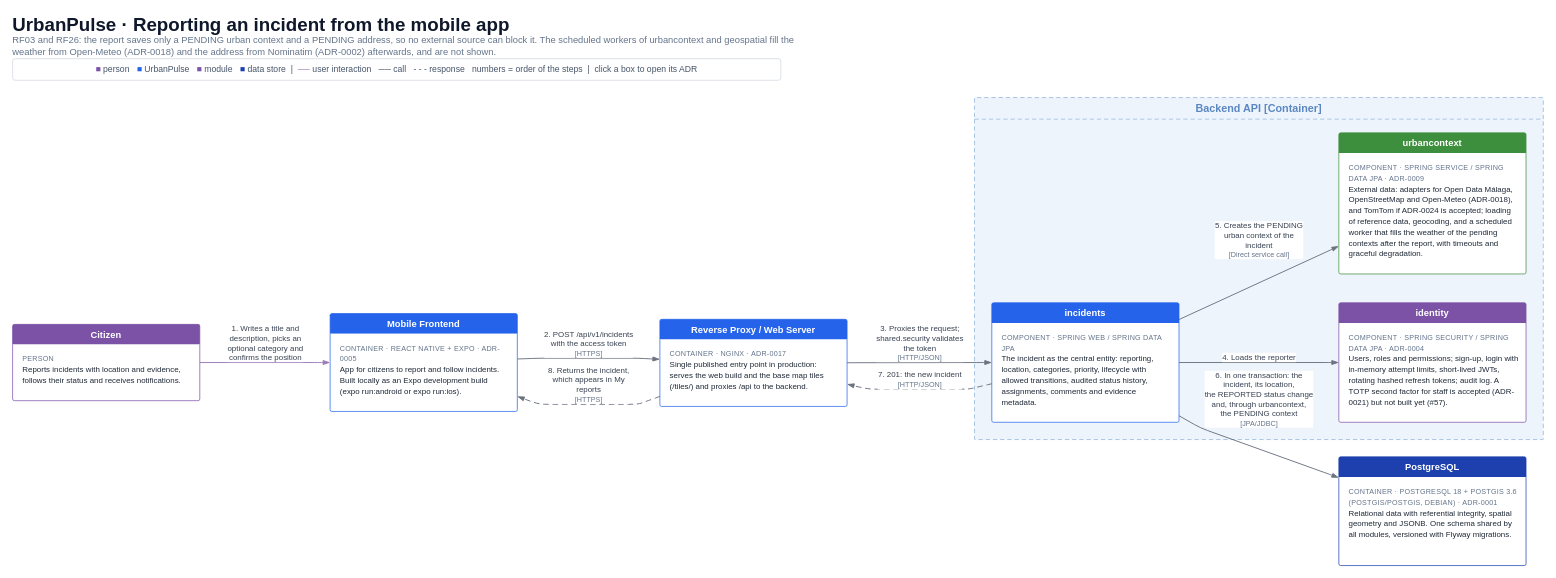
Earlier version of the draw.io diagram page "10 · Reporting an incident from the mobile app" (10 of 10) of docs/architecture/UrbanPulse-C4.drawio (Dalibex/urban-incidence-manager). Source tidied: cells renumbered, new cells numbered last; positions are measured from the earlier drawing's top-left corner, leaving out a move shared by most shapes. Both pictures are drawn from the tidied source at 72%, with x=0, y=0 at pixel (12, 12).
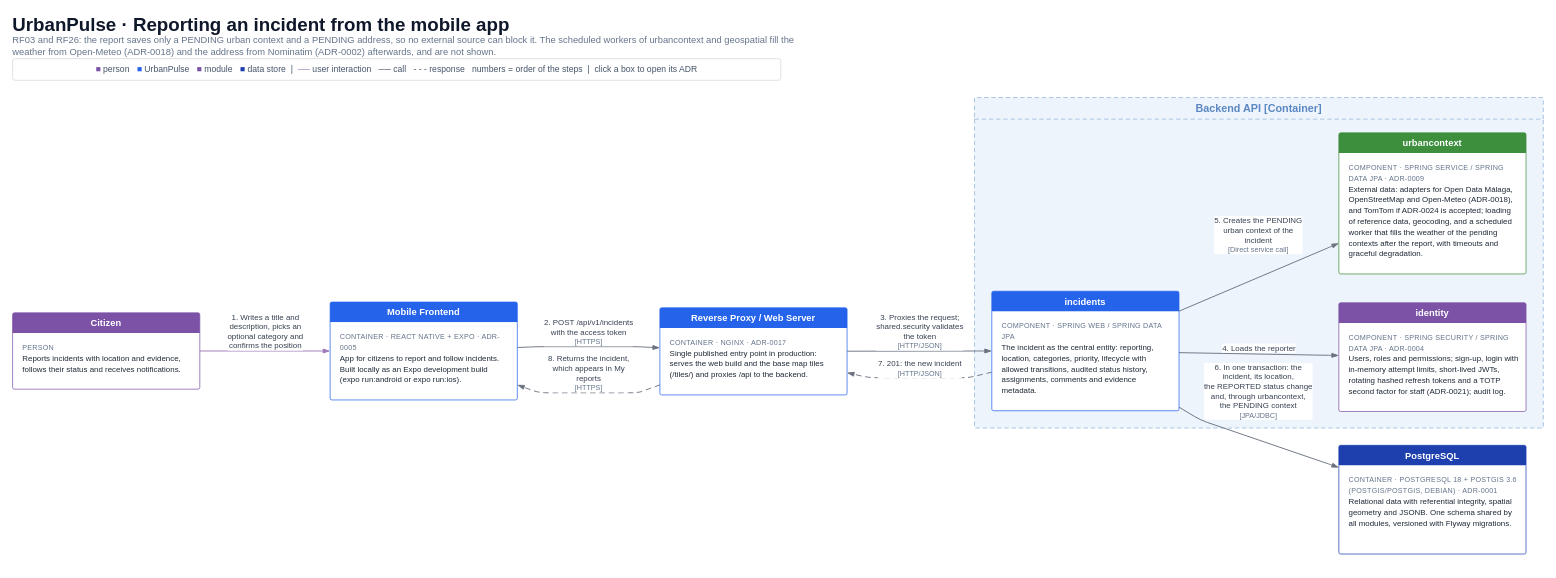
The same diagram, later.

Unchanged cells that the change refers to:
```xml
<mxCell id="22" value="urbancontext" style="swimlane;html=1;whiteSpace=wrap;rounded=1;arcSize=3;startSize=28;fillColor=#3d8f3d;swimlaneFillColor=#FFFFFF;strokeColor=#3d8f3d;fontColor=#ffffff;fontFamily=Helvetica;fontSize=13;fontStyle=1;swimlaneLine=0;" parent="1" vertex="1">
  <mxGeometry x="1842" y="167" width="260" height="196" as="geometry" />
</mxCell>
```

What changed in the source:
```diff
@@
     <mxCell id="5" value="Backend API  [Container]" style="swimlane;html=1;whiteSpace=wrap;rounded=1;arcSize=1;dashed=1;dashPattern=6 4;startSize=30;fillColor=#EDF4FC;swimlaneFillColor=#EDF4FC;strokeColor=#8DB0DB;fontColor=#5B87C2;fontFamily=Helvetica;fontSize=15;fontStyle=1;" parent="1" vertex="1">
-      <mxGeometry x="1336" y="118" width="790" height="475" as="geometry" />
+      <mxGeometry x="1336" y="118" width="790" height="459" as="geometry" />
     </mxCell>
     <mxCell id="6" value="1. Writes a title and&lt;br&gt;description, picks an&lt;br&gt;optional category and&lt;br&gt;confirms the position" style="edgeStyle=none;rounded=1;arcSize=20;html=1;strokeColor=#9C7AB8;strokeWidth=1.3;endArrow=blockThin;endFill=1;endSize=7;fontFamily=Helvetica;fontSize=11;fontColor=#374151;labelBackgroundColor=#FFFFFF;spacing=2;" parent="1" edge="1" source="14" target="16">
       <mxGeometry relative="1" as="geometry">
         <Array as="points">
-          <mxPoint x="429" y="486" />
+          <mxPoint x="429" y="470" />
         </Array>
         <mxPoint y="-27" as="offset" />
       </mxGeometry>
     </mxCell>
     <mxCell id="7" value="2. POST /api/v1/incidents&lt;br&gt;with the access token&lt;br&gt;&lt;font style=&quot;font-size:10px&quot; color=&quot;#64748B&quot;&gt;[HTTPS]&lt;/font&gt;" style="edgeStyle=none;rounded=1;arcSize=20;html=1;strokeColor=#6b7280;strokeWidth=1.3;endArrow=blockThin;endFill=1;endSize=7;fontFamily=Helvetica;fontSize=11;fontColor=#374151;labelBackgroundColor=#FFFFFF;spacing=2;" parent="1" edge="1" source="16" target="26">
       <mxGeometry relative="1" as="geometry">
         <Array as="points">
-          <mxPoint x="731" y="480" />
-          <mxPoint x="869" y="480" />
-          <mxPoint x="887" y="481" />
+          <mxPoint x="731" y="464" />
+          <mxPoint x="869" y="464" />
+          <mxPoint x="887" y="465" />
         </Array>
         <mxPoint y="-20" as="offset" />
       </mxGeometry>
     </mxCell>
     <mxCell id="8" value="3. Proxies the request;&lt;br&gt;shared.security validates&lt;br&gt;the token&lt;br&gt;&lt;font style=&quot;font-size:10px&quot; color=&quot;#64748B&quot;&gt;[HTTP/JSON]&lt;/font&gt;" style="edgeStyle=none;rounded=1;arcSize=20;html=1;strokeColor=#6b7280;strokeWidth=1.3;endArrow=blockThin;endFill=1;endSize=7;fontFamily=Helvetica;fontSize=11;fontColor=#374151;labelBackgroundColor=#FFFFFF;spacing=2;" parent="1" edge="1" source="26" target="20">
       <mxGeometry relative="1" as="geometry">
         <Array as="points">
-          <mxPoint x="1349" y="486" />
+          <mxPoint x="1349" y="470" />
         </Array>
         <mxPoint y="-27" as="offset" />
       </mxGeometry>
     </mxCell>
     <mxCell id="9" value="4. Loads the reporter" style="edgeStyle=none;rounded=1;arcSize=20;html=1;strokeColor=#6b7280;strokeWidth=1.3;endArrow=blockThin;endFill=1;endSize=7;fontFamily=Helvetica;fontSize=11;fontColor=#374151;labelBackgroundColor=#FFFFFF;spacing=2;" parent="1" edge="1" source="20" target="18">
       <mxGeometry relative="1" as="geometry">
         <Array as="points">
-          <mxPoint x="1830" y="486" />
+          <mxPoint x="1830" y="476" />
         </Array>
-        <mxPoint y="-7" as="offset" />
+        <mxPoint y="-8" as="offset" />
       </mxGeometry>
     </mxCell>
     <mxCell id="10" value="5. Creates the PENDING&lt;br&gt;urban context of the&lt;br&gt;incident&lt;br&gt;&lt;font style=&quot;font-size:10px&quot; color=&quot;#64748B&quot;&gt;[Direct service call]&lt;/font&gt;" style="edgeStyle=none;rounded=1;arcSize=20;html=1;strokeColor=#6b7280;strokeWidth=1.3;endArrow=blockThin;endFill=1;endSize=7;fontFamily=Helvetica;fontSize=11;fontColor=#374151;labelBackgroundColor=#FFFFFF;spacing=2;" parent="1" edge="1" source="20" target="22">
       <mxGeometry relative="1" as="geometry">
         <Array as="points">
-          <mxPoint x="1832" y="329" />
+          <mxPoint x="1831" y="325" />
         </Array>
-        <mxPoint y="-59" as="offset" />
+        <mxPoint x="-1" y="-58" as="offset" />
       </mxGeometry>
     </mxCell>
     <mxCell id="11" value="6. In one transaction: the&lt;br&gt;incident, its location,&lt;br&gt;the REPORTED status change&lt;br&gt;and, through urbancontext,&lt;br&gt;the PENDING context&lt;br&gt;&lt;font style=&quot;font-size:10px&quot; color=&quot;#64748B&quot;&gt;[JPA/JDBC]&lt;/font&gt;" style="edgeStyle=none;rounded=1;arcSize=20;html=1;strokeColor=#6b7280;strokeWidth=1.3;endArrow=blockThin;endFill=1;endSize=7;fontFamily=Helvetica;fontSize=11;fontColor=#374151;labelBackgroundColor=#FFFFFF;spacing=2;" parent="1" edge="1" source="20" target="24">
       <mxGeometry relative="1" as="geometry">
         <Array as="points">
-          <mxPoint x="1650" y="577" />
-          <mxPoint x="1831" y="642" />
+          <mxPoint x="1650" y="566" />
+          <mxPoint x="1831" y="628" />
         </Array>
-        <mxPoint x="1" y="-69" as="offset" />
+        <mxPoint x="1" y="-67" as="offset" />
       </mxGeometry>
     </mxCell>
     <mxCell id="12" value="7. 201: the new incident&lt;br&gt;&lt;font style=&quot;font-size:10px&quot; color=&quot;#64748B&quot;&gt;[HTTP/JSON]&lt;/font&gt;" style="edgeStyle=none;rounded=1;arcSize=20;html=1;strokeColor=#6b7280;strokeWidth=1.3;endArrow=blockThin;endFill=1;endSize=7;dashed=1;dashPattern=6 4;fontFamily=Helvetica;fontSize=11;fontColor=#374151;labelBackgroundColor=#FFFFFF;spacing=2;" parent="1" edge="1" source="20" target="26">
       <mxGeometry relative="1" as="geometry">
         <Array as="points">
-          <mxPoint x="1349" y="518" />
-          <mxPoint x="1328" y="523" />
-          <mxPoint x="1189" y="523" />
+          <mxPoint x="1349" y="502" />
+          <mxPoint x="1328" y="507" />
+          <mxPoint x="1189" y="507" />
         </Array>
         <mxPoint y="-13" as="offset" />
       </mxGeometry>
     </mxCell>
     <mxCell id="13" value="8. Returns the incident,&lt;br&gt;which appears in My&lt;br&gt;reports&lt;br&gt;&lt;font style=&quot;font-size:10px&quot; color=&quot;#64748B&quot;&gt;[HTTPS]&lt;/font&gt;" style="edgeStyle=none;rounded=1;arcSize=20;html=1;strokeColor=#6b7280;strokeWidth=1.3;endArrow=blockThin;endFill=1;endSize=7;dashed=1;dashPattern=6 4;fontFamily=Helvetica;fontSize=11;fontColor=#374151;labelBackgroundColor=#FFFFFF;spacing=2;" parent="1" edge="1" source="26" target="16">
       <mxGeometry relative="1" as="geometry">
         <Array as="points">
-          <mxPoint x="888" y="537" />
-          <mxPoint x="869" y="544" />
-          <mxPoint x="731" y="544" />
+          <mxPoint x="888" y="521" />
+          <mxPoint x="869" y="528" />
+          <mxPoint x="731" y="528" />
         </Array>
         <mxPoint y="-27" as="offset" />
       </mxGeometry>
     </mxCell>
     <mxCell id="14" value="Citizen" style="swimlane;html=1;whiteSpace=wrap;rounded=1;arcSize=3;startSize=28;fillColor=#7b52a6;swimlaneFillColor=#FFFFFF;strokeColor=#7b52a6;fontColor=#ffffff;fontFamily=Helvetica;fontSize=13;fontStyle=1;swimlaneLine=0;" parent="1" vertex="1">
-      <mxGeometry y="433" width="260" height="106" as="geometry" />
+      <mxGeometry y="417" width="260" height="106" as="geometry" />
     </mxCell>
@@
     <mxCell id="16" value="Mobile Frontend" style="swimlane;html=1;whiteSpace=wrap;rounded=1;arcSize=3;startSize=28;fillColor=#2563eb;swimlaneFillColor=#FFFFFF;strokeColor=#2563eb;fontColor=#ffffff;fontFamily=Helvetica;fontSize=13;fontStyle=1;swimlaneLine=0;" parent="1" vertex="1">
-      <mxGeometry x="441" y="418" width="260" height="136" as="geometry" />
+      <mxGeometry x="441" y="402" width="260" height="136" as="geometry" />
     </mxCell>
@@
     <mxCell id="18" value="identity" style="swimlane;html=1;whiteSpace=wrap;rounded=1;arcSize=3;startSize=28;fillColor=#7b52a6;swimlaneFillColor=#FFFFFF;strokeColor=#7b52a6;fontColor=#ffffff;fontFamily=Helvetica;fontSize=13;fontStyle=1;swimlaneLine=0;" parent="1" vertex="1">
-      <mxGeometry x="1842" y="403" width="260" height="166" as="geometry" />
+      <mxGeometry x="1842" y="403" width="260" height="151" as="geometry" />
     </mxCell>
-    <mxCell id="19" value="&lt;div style=&quot;color:#64748B;font-size:10px;line-height:15px;letter-spacing:0.3px;&quot;&gt;COMPONENT · SPRING SECURITY / SPRING DATA JPA · ADR-0004&lt;/div&gt;&lt;div style=&quot;line-height:15px;&quot;&gt;Users, roles and permissions; sign-up, login with in-memory attempt limits, short-lived JWTs, rotating hashed refresh tokens; audit log. A TOTP second factor for staff is accepted (ADR-0021) but not built yet (#57).&lt;/div&gt;" style="text;html=1;whiteSpace=wrap;align=left;verticalAlign=top;fontFamily=Helvetica;fontSize=11;fontColor=#1F2937;spacingLeft=12;spacingRight=10;spacingTop=6;" parent="18" vertex="1">
-      <mxGeometry y="28" width="260" height="138" as="geometry" />
+    <mxCell id="19" value="&lt;div style=&quot;color:#64748B;font-size:10px;line-height:15px;letter-spacing:0.3px;&quot;&gt;COMPONENT · SPRING SECURITY / SPRING DATA JPA · ADR-0004&lt;/div&gt;&lt;div style=&quot;line-height:15px;&quot;&gt;Users, roles and permissions; sign-up, login with in-memory attempt limits, short-lived JWTs, rotating hashed refresh tokens and a TOTP second factor for staff (ADR-0021); audit log.&lt;/div&gt;" style="text;html=1;whiteSpace=wrap;align=left;verticalAlign=top;fontFamily=Helvetica;fontSize=11;fontColor=#1F2937;spacingLeft=12;spacingRight=10;spacingTop=6;" parent="18" vertex="1">
+      <mxGeometry y="28" width="260" height="123" as="geometry" />
     </mxCell>
     <mxCell id="20" value="incidents" style="swimlane;html=1;whiteSpace=wrap;rounded=1;arcSize=3;startSize=28;fillColor=#2563eb;swimlaneFillColor=#FFFFFF;strokeColor=#2563eb;fontColor=#ffffff;fontFamily=Helvetica;fontSize=13;fontStyle=1;swimlaneLine=0;" parent="1" vertex="1">
-      <mxGeometry x="1360" y="403" width="260" height="166" as="geometry" />
+      <mxGeometry x="1360" y="387" width="260" height="166" as="geometry" />
     </mxCell>
@@
     <mxCell id="24" value="PostgreSQL" style="swimlane;html=1;whiteSpace=wrap;rounded=1;arcSize=3;startSize=28;fillColor=#1e40af;swimlaneFillColor=#FFFFFF;strokeColor=#1e40af;fontColor=#ffffff;fontFamily=Helvetica;fontSize=13;fontStyle=1;swimlaneLine=0;" parent="1" vertex="1">
-      <mxGeometry x="1842" y="617" width="260" height="151" as="geometry" />
+      <mxGeometry x="1842" y="601" width="260" height="151" as="geometry" />
     </mxCell>
@@
     <mxCell id="26" value="Reverse Proxy / Web Server" style="swimlane;html=1;whiteSpace=wrap;rounded=1;arcSize=3;startSize=28;fillColor=#2563eb;swimlaneFillColor=#FFFFFF;strokeColor=#2563eb;fontColor=#ffffff;fontFamily=Helvetica;fontSize=13;fontStyle=1;swimlaneLine=0;" parent="1" vertex="1">
-      <mxGeometry x="899" y="426" width="260" height="121" as="geometry" />
+      <mxGeometry x="899" y="410" width="260" height="121" as="geometry" />
     </mxCell>
```
